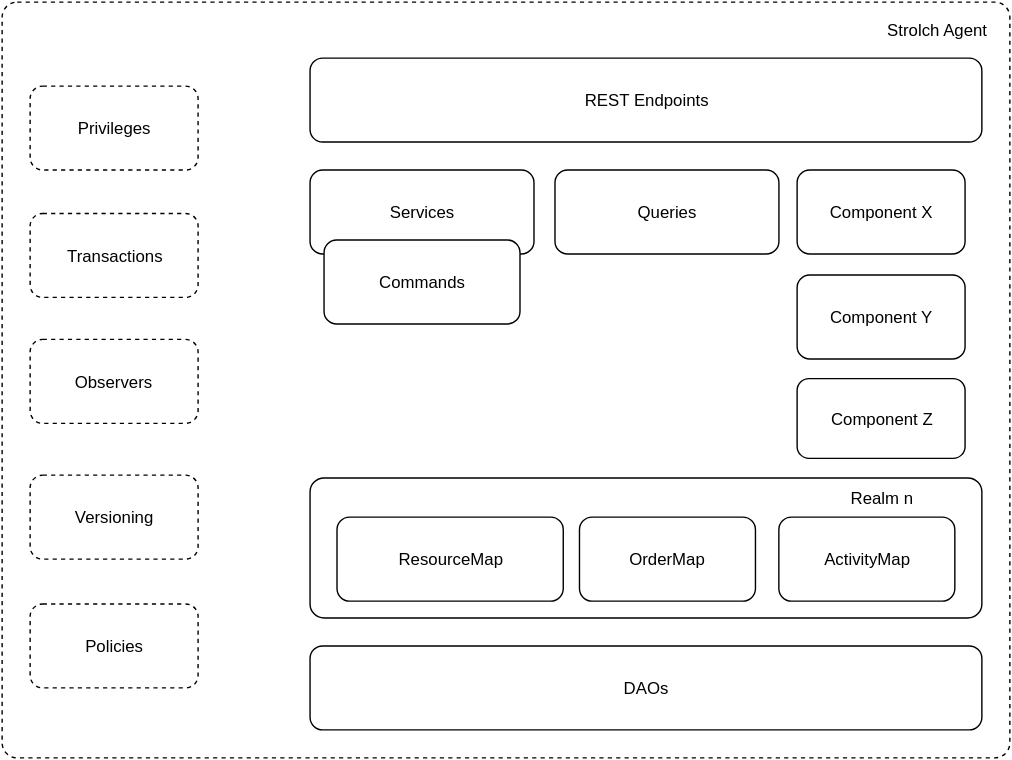
Before: li.strolch.website/www.strolch.li/images/Strolch-Squirrel-View.svg, a diagram exported from draw.io (strolch-li/strolch). Source tidied: cells renumbered, new cells last; positions are measured from the earlier drawing's top-left corner, leaving out a move shared by most shapes.
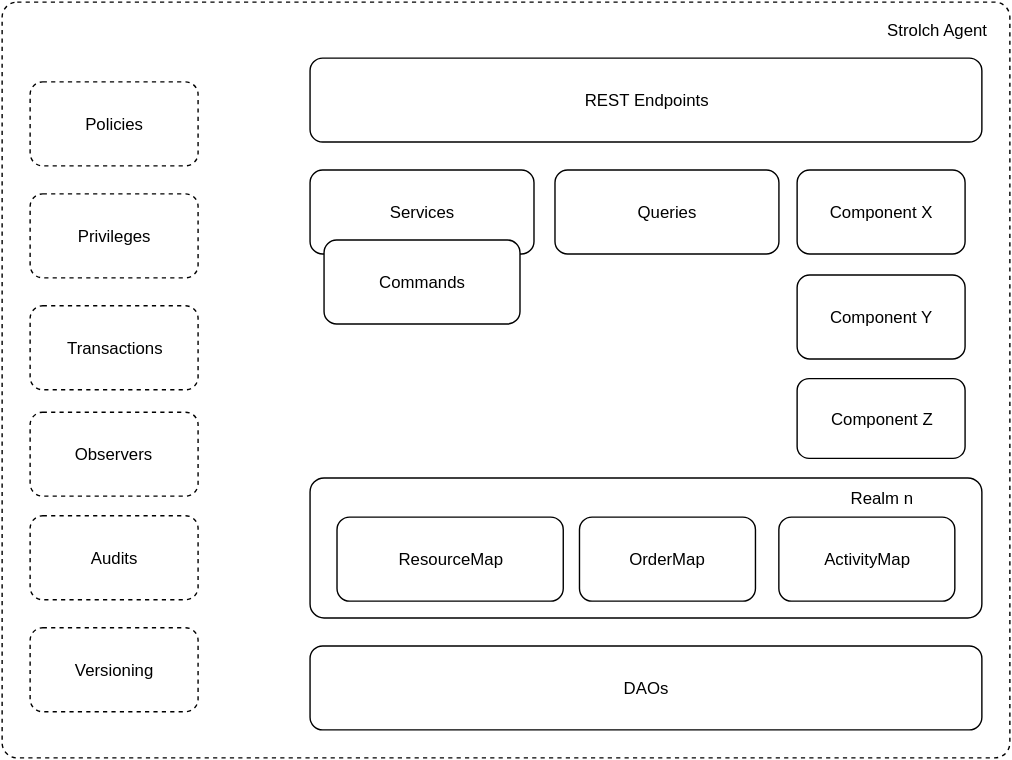
After the change.

What changed in the source:
```diff
@@ -51,19 +51,22 @@
       <mxGeometry x="395" y="120" width="160" height="60" as="geometry" />
     </mxCell>
     <mxCell id="18" value="Privileges" style="rounded=1;whiteSpace=wrap;html=1;fillColor=#ffffff;dashed=1;" parent="1" vertex="1">
-      <mxGeometry x="20" y="60" width="120" height="60" as="geometry" />
+      <mxGeometry x="20" y="137" width="120" height="60" as="geometry" />
     </mxCell>
     <mxCell id="19" value="Transactions" style="rounded=1;whiteSpace=wrap;html=1;fillColor=#ffffff;dashed=1;" parent="1" vertex="1">
-      <mxGeometry x="20" y="151" width="120" height="60" as="geometry" />
+      <mxGeometry x="20" y="217" width="120" height="60" as="geometry" />
     </mxCell>
     <mxCell id="20" value="Observers" style="rounded=1;whiteSpace=wrap;html=1;fillColor=#ffffff;dashed=1;" parent="1" vertex="1">
-      <mxGeometry x="20" y="241" width="120" height="60" as="geometry" />
+      <mxGeometry x="20" y="293" width="120" height="60" as="geometry" />
     </mxCell>
     <mxCell id="21" value="Versioning" style="rounded=1;whiteSpace=wrap;html=1;fillColor=#ffffff;dashed=1;" parent="1" vertex="1">
-      <mxGeometry x="20" y="338" width="120" height="60" as="geometry" />
+      <mxGeometry x="20" y="447" width="120" height="60" as="geometry" />
     </mxCell>
     <mxCell id="22" value="Policies" style="rounded=1;whiteSpace=wrap;html=1;fillColor=#ffffff;dashed=1;" parent="1" vertex="1">
-      <mxGeometry x="20" y="430" width="120" height="60" as="geometry" />
+      <mxGeometry x="20" y="57" width="120" height="60" as="geometry" />
     </mxCell>
+    <mxCell id="23" value="Audits" style="rounded=1;whiteSpace=wrap;html=1;fillColor=#ffffff;dashed=1;" parent="1" vertex="1">
+      <mxGeometry x="20" y="367" width="120" height="60" as="geometry" />
+    </mxCell>
   </root>
 </mxGraphModel>
```
